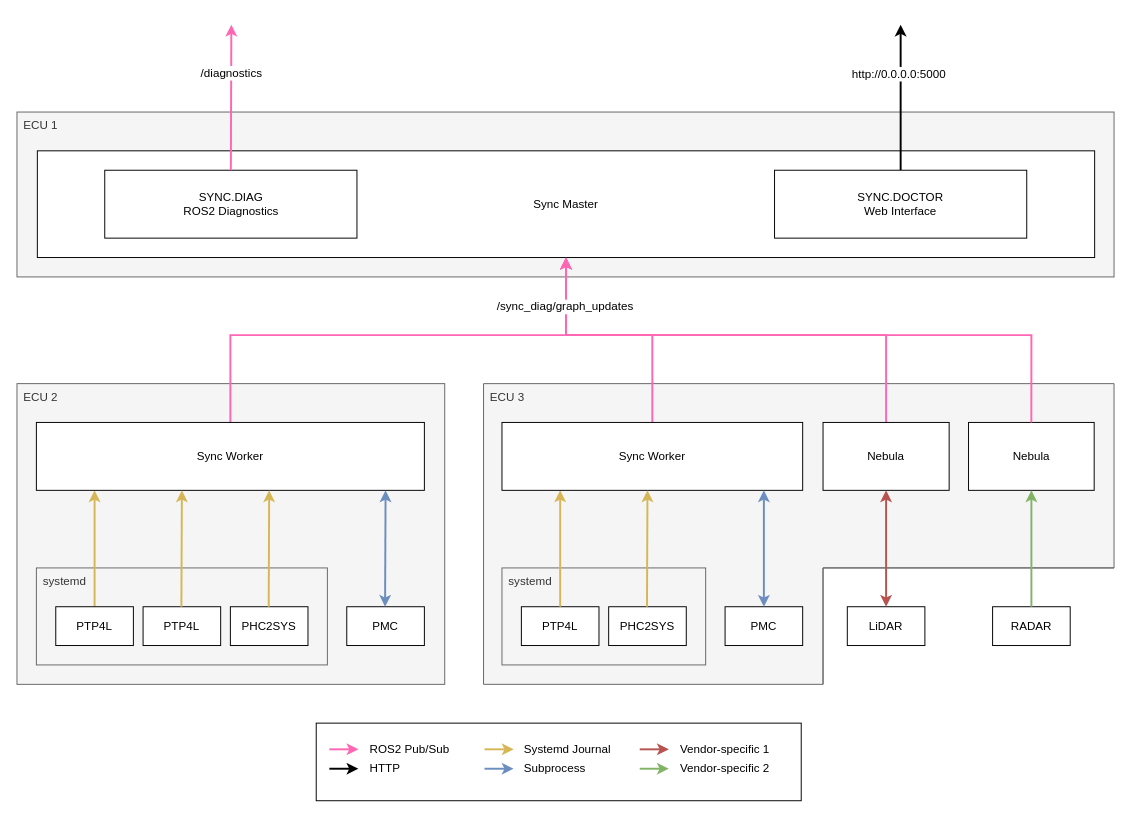
The draw.io diagram page "Diagnostics [Architecture]" (4 of 4) of docs/img/sync_tooling.drawio in tier4/sync_tooling, before the edit. Source tidied: cells renumbered, new cells numbered last; positions are measured from the earlier drawing's top-left corner, leaving out a move shared by most shapes. Both pictures are drawn from the tidied source at 97%, with x=0, y=0 at pixel (16, 24).
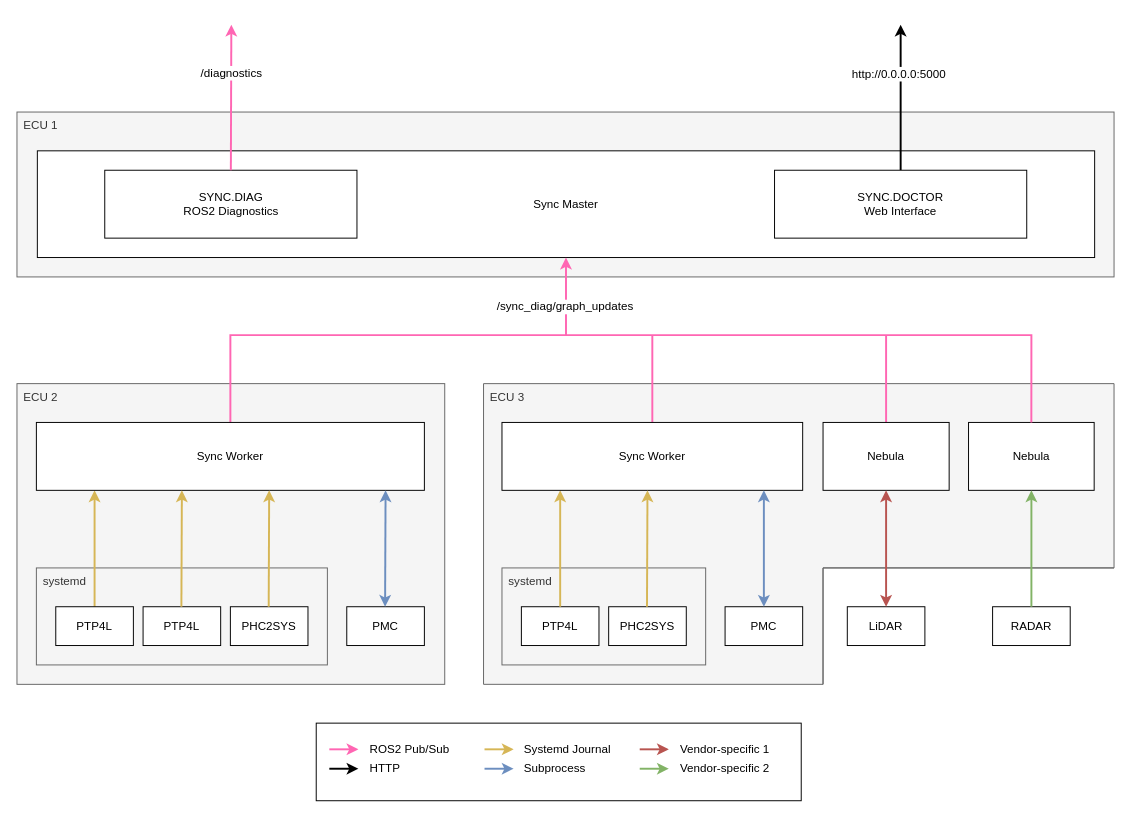
After the change.

Commit message:
chore: fix too fat arrow

Unchanged cells that the change refers to:
```xml
<mxCell id="4" value="Sync Master" style="rounded=0;whiteSpace=wrap;html=1;" parent="1" vertex="1">
  <mxGeometry x="21" y="130" width="1090" height="110" as="geometry" />
</mxCell>
<mxCell id="17" value="Sync Worker" style="rounded=0;whiteSpace=wrap;html=1;" parent="1" vertex="1">
  <mxGeometry x="20" y="410" width="400" height="70" as="geometry" />
</mxCell>
<mxCell id="23" value="Sync Worker" style="rounded=0;whiteSpace=wrap;html=1;" parent="1" vertex="1">
  <mxGeometry x="500" y="410" width="310" height="70" as="geometry" />
</mxCell>
<mxCell id="27" value="Nebula" style="rounded=0;whiteSpace=wrap;html=1;" parent="1" vertex="1">
  <mxGeometry x="831" y="410" width="130" height="70" as="geometry" />
</mxCell>
```

Change to the diagram source:
```diff
@@
-    <mxCell id="16" style="edgeStyle=orthogonalEdgeStyle;rounded=0;jettySize=auto;html=1;exitX=0.5;exitY=0;exitDx=0;exitDy=0;strokeWidth=2;strokeColor=#FF66B3;entryX=0.5;entryY=1;entryDx=0;entryDy=0;" parent="1" edge="1" source="17" target="4">
+    <mxCell id="16" style="edgeStyle=orthogonalEdgeStyle;rounded=0;jettySize=auto;html=1;exitX=0.5;exitY=0;exitDx=0;exitDy=0;strokeWidth=2;strokeColor=#FF66B3;endArrow=none;endFill=0;" parent="1" edge="1" source="17">
       <mxGeometry relative="1" as="geometry">
+        <mxPoint x="566" y="320" as="targetPoint" />
         <Array as="points">
           <mxPoint x="220" y="320" />
           <mxPoint x="566" y="320" />
         </Array>
       </mxGeometry>
     </mxCell>
@@
-    <mxCell id="22" style="edgeStyle=orthogonalEdgeStyle;rounded=0;jettySize=auto;html=1;exitX=0.5;exitY=0;exitDx=0;exitDy=0;strokeWidth=2;strokeColor=#FF66B3;entryX=0.5;entryY=1;entryDx=0;entryDy=0;" parent="1" edge="1" source="23" target="4">
+    <mxCell id="22" style="rounded=0;jettySize=auto;html=1;exitX=0.5;exitY=0;exitDx=0;exitDy=0;strokeWidth=2;strokeColor=#FF66B3;endArrow=none;endFill=0;" parent="1" edge="1" source="23">
       <mxGeometry relative="1" as="geometry">
-        <Array as="points">
-          <mxPoint x="655" y="320" />
-          <mxPoint x="566" y="320" />
-        </Array>
+        <mxPoint x="655" y="320" as="targetPoint" />
       </mxGeometry>
     </mxCell>
@@
-    <mxCell id="26" style="edgeStyle=orthogonalEdgeStyle;rounded=0;jettySize=auto;html=1;exitX=0.5;exitY=0;exitDx=0;exitDy=0;strokeWidth=2;strokeColor=#FF66B3;entryX=0.5;entryY=1;entryDx=0;entryDy=0;" parent="1" edge="1" source="27" target="4">
+    <mxCell id="26" style="rounded=0;jettySize=auto;html=1;exitX=0.5;exitY=0;exitDx=0;exitDy=0;strokeWidth=2;strokeColor=#FF66B3;endArrow=none;endFill=0;" parent="1" edge="1" source="27">
       <mxGeometry relative="1" as="geometry">
-        <Array as="points">
-          <mxPoint x="896" y="320" />
-          <mxPoint x="566" y="320" />
-        </Array>
+        <mxPoint x="896" y="320" as="targetPoint" />
       </mxGeometry>
     </mxCell>
```
